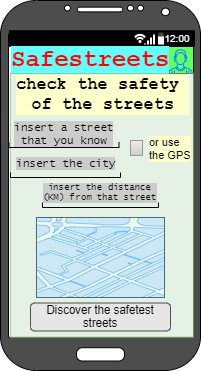
This is RASD/Mockups/Most reported streets.png from Dany97/MassiniNicolo, a draw.io export, as it was before one commit. Source tidied: cells renumbered, new cells last; positions are measured from the earlier drawing's top-left corner, leaving out a move shared by most shapes.
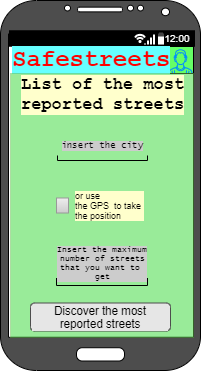
Later version of the same file.

Diff of the diagram source:
```diff
@@ -17,26 +17,26 @@
     <mxCell id="6" style="verticalLabelPosition=bottom;verticalAlign=top;html=1;shadow=0;dashed=0;strokeWidth=1;strokeColor=#82b366;shape=rect;fillColor=#d5e8d4;labelBackgroundColor=#E6E6E6;fontSize=15;opacity=60;textOpacity=50;" parent="1" vertex="1">
       <mxGeometry x="10" y="73" width="183" height="264" as="geometry" />
     </mxCell>
-    <mxCell id="7" value="insert a street&lt;br style=&quot;font-size: 11px;&quot;&gt;that you know" style="strokeWidth=1;html=1;shadow=0;dashed=0;shape=mxgraph.android.textfield;align=center;strokeColor=#000000;labelBackgroundColor=#CCCCCC;fillColor=#4D4D4D;gradientColor=none;fontFamily=Lucida Console;fontSize=11;fontColor=#000000;" parent="1" vertex="1">
-      <mxGeometry x="8.5" y="117" width="110" height="30" as="geometry" />
+    <mxCell id="7" value="name of the street&lt;br&gt;&amp;nbsp;you want to check" style="strokeWidth=1;html=1;shadow=0;dashed=0;shape=mxgraph.android.textfield;align=center;strokeColor=#000000;labelBackgroundColor=#CCCCCC;fillColor=#4D4D4D;gradientColor=none;fontFamily=Lucida Console;fontSize=11;fontColor=#000000;" parent="1" vertex="1">
+      <mxGeometry x="20" y="110" width="110" height="30" as="geometry" />
     </mxCell>
     <mxCell id="8" value="check the safety&amp;nbsp;&lt;br&gt;of the streets" style="strokeWidth=1;html=1;shadow=0;dashed=0;shape=mxgraph.android.spinner2;align=center;fillColor=#999999;strokeColor=#999999;verticalAlign=bottom;labelBackgroundColor=#FFFFCC;fontFamily=Courier New;fontSize=17;fontColor=#000000;fontStyle=1;" parent="1" vertex="1">
       <mxGeometry x="101.5" y="87" height="30" as="geometry" />
     </mxCell>
     <mxCell id="9" value="insert the city" style="strokeWidth=1;html=1;shadow=0;dashed=0;shape=mxgraph.android.textfield;align=center;strokeColor=#000000;labelBackgroundColor=#CCCCCC;fillColor=#4D4D4D;gradientColor=none;fontFamily=Lucida Console;fontSize=11;fontColor=#000000;" parent="1" vertex="1">
-      <mxGeometry x="10" y="147" width="110" height="30" as="geometry" />
+      <mxGeometry x="20" y="147" width="110" height="30" as="geometry" />
     </mxCell>
     <mxCell id="10" value="or use&amp;nbsp;&lt;br&gt;the GPS" style="strokeWidth=1;shadow=0;dashed=0;align=center;html=1;shape=mxgraph.mockup.forms.rrect;rSize=0;fillColor=#eeeeee;strokeColor=#999999;gradientColor=#cccccc;align=left;spacingLeft=4;fontSize=11;fontColor=#000000;labelPosition=right;labelBackgroundColor=#FFFFCC;" parent="1" vertex="1">
-      <mxGeometry x="130" y="140" width="12" height="15" as="geometry" />
+      <mxGeometry x="130" y="147" width="12" height="15" as="geometry" />
     </mxCell>
     <mxCell id="11" style="verticalLabelPosition=bottom;verticalAlign=top;html=1;shadow=0;dashed=0;strokeWidth=1;shape=mxgraph.ios.iBgMap;strokeColor=#18211b;fillColor=#ffffff;strokeColor2=#008cff;fillColor2=#96D1FF;labelBackgroundColor=none;fontSize=11;fontColor=#000000;opacity=40;" parent="1" vertex="1">
       <mxGeometry x="36" y="217" width="128" height="80" as="geometry" />
     </mxCell>
-    <mxCell id="12" value="Discover the safetest&lt;br style=&quot;font-size: 11.5px;&quot;&gt;streets" style="rounded=1;html=1;shadow=0;dashed=0;whiteSpace=wrap;fontSize=11.5;fillColor=#E6E6E6;align=center;strokeColor=#4D4D4D;fontColor=#000000;glass=0;labelBackgroundColor=#E6E6E6;gradientColor=none;labelBorderColor=none;" parent="1" vertex="1">
+    <mxCell id="12" value="Discover the safest&lt;br style=&quot;font-size: 11.5px&quot;&gt;streets" style="rounded=1;html=1;shadow=0;dashed=0;whiteSpace=wrap;fontSize=11.5;fillColor=#E6E6E6;align=center;strokeColor=#4D4D4D;fontColor=#000000;glass=0;labelBackgroundColor=#E6E6E6;gradientColor=none;labelBorderColor=none;" parent="1" vertex="1">
       <mxGeometry x="30" y="302.5" width="140" height="28" as="geometry" />
     </mxCell>
-    <mxCell id="13" value="insert the distance&lt;br style=&quot;font-size: 9px&quot;&gt;(KM) from that street" style="strokeWidth=1;html=1;shadow=0;dashed=0;shape=mxgraph.android.textfield;align=center;strokeColor=#000000;labelBackgroundColor=#CCCCCC;fillColor=#4D4D4D;gradientColor=none;fontFamily=Lucida Console;fontSize=9;fontColor=#000000;" parent="1" vertex="1">
-      <mxGeometry x="42" y="177" width="116" height="30" as="geometry" />
+    <mxCell id="13" value="insert a radius(KM) &lt;br&gt;within which to check" style="strokeWidth=1;html=1;shadow=0;dashed=0;shape=mxgraph.android.textfield;align=center;strokeColor=#000000;labelBackgroundColor=#CCCCCC;fillColor=#4D4D4D;gradientColor=none;fontFamily=Lucida Console;fontSize=9;fontColor=#000000;" parent="1" vertex="1">
+      <mxGeometry x="31" y="177" width="138" height="30" as="geometry" />
     </mxCell>
   </root>
 </mxGraphModel>
```
